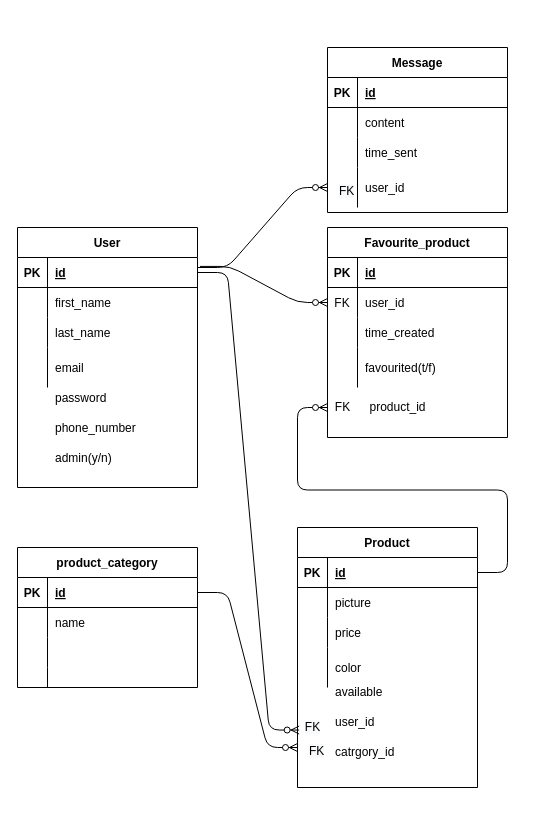
This is db/Untitled Diagram.drawio from alisonhussey/Listing-Website, a draw.io file, before an edit. Source tidied: cells renumbered, new cells numbered last; positions are measured from the earlier drawing's top-left corner, leaving out a move shared by most shapes. Both pictures are drawn from the tidied source at 100%, with x=0, y=0 at pixel (17, 47).
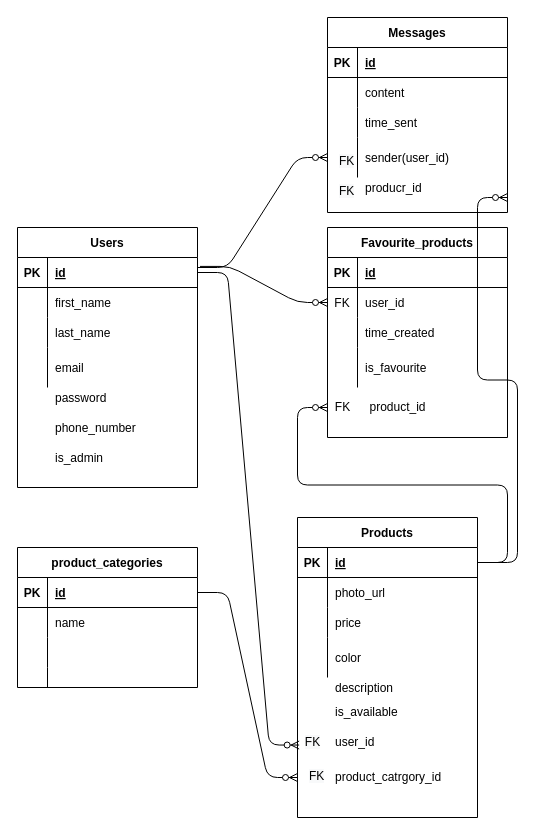
The same page after the edit.

Unchanged cells that the change refers to:
```xml
<mxCell id="28" style="shape=partialRectangle;fillColor=none;top=0;left=0;bottom=0;right=0;" parent="18" vertex="1">
  <mxGeometry y="120" width="180" height="40" as="geometry" />
</mxCell>
<mxCell id="35" style="shape=partialRectangle;fillColor=none;top=0;left=0;bottom=0;right=0;" parent="31" vertex="1">
  <mxGeometry y="60" width="180" height="30" as="geometry" />
</mxCell>
<mxCell id="54" style="shape=partialRectangle;fillColor=none;top=0;left=0;bottom=0;right=0;points=[[0,0.5],[1,0.5]];portConstraint=eastwest;" parent="44" vertex="1">
  <mxGeometry y="120" width="180" height="40" as="geometry" />
</mxCell>
<mxCell id="58" style="shape=partialRectangle;fillColor=none;top=0;left=0;bottom=1;right=0;points=[[0,0.5],[1,0.5]];portConstraint=eastwest;" parent="57" vertex="1">
  <mxGeometry y="30" width="180" height="30" as="geometry" />
</mxCell>
```

The edit, as a diff of the source:
```diff
@@
-    <mxCell id="2" value="User" style="shape=table;startSize=30;childLayout=tableLayout;rowLines=0;fontStyle=1;align=center;" parent="1" vertex="1">
+    <mxCell id="2" value="Users" style="shape=table;startSize=30;childLayout=tableLayout;rowLines=0;fontStyle=1;align=center;" parent="1" vertex="1">
       <mxGeometry y="180" width="180" height="260" as="geometry" />
     </mxCell>
@@
-    <mxCell id="17" value="admin(y/n)" style="shape=partialRectangle;fillColor=none;top=0;left=0;bottom=0;right=0;align=left;spacingLeft=6;overflow=hidden;" parent="1" vertex="1">
+    <mxCell id="17" value="is_admin" style="shape=partialRectangle;fillColor=none;top=0;left=0;bottom=0;right=0;align=left;spacingLeft=6;overflow=hidden;" parent="1" vertex="1">
       <mxGeometry x="30" y="390" width="150" height="40" as="geometry" />
     </mxCell>
-    <mxCell id="18" value="Favourite_product" style="shape=table;startSize=30;childLayout=tableLayout;rowLines=0;fontStyle=1;align=center;" parent="1" vertex="1">
+    <mxCell id="18" value="Favourite_products" style="shape=table;startSize=30;childLayout=tableLayout;rowLines=0;fontStyle=1;align=center;" parent="1" vertex="1">
       <mxGeometry x="310" y="180" width="180" height="210" as="geometry" />
     </mxCell>
@@
-    <mxCell id="30" value="favourited(t/f)" style="shape=partialRectangle;fillColor=none;top=0;left=0;bottom=0;right=0;align=left;spacingLeft=6;overflow=hidden;" parent="28" vertex="1">
+    <mxCell id="30" value="is_favourite" style="shape=partialRectangle;fillColor=none;top=0;left=0;bottom=0;right=0;align=left;spacingLeft=6;overflow=hidden;" parent="28" vertex="1">
       <mxGeometry x="30" width="150" height="40" as="geometry" />
     </mxCell>
-    <mxCell id="31" value="Product" style="shape=table;startSize=30;childLayout=tableLayout;rowLines=0;fontStyle=1;align=center;" parent="1" vertex="1">
-      <mxGeometry x="280" y="480" width="180" height="260" as="geometry" />
+    <mxCell id="31" value="Products" style="shape=table;startSize=30;childLayout=tableLayout;rowLines=0;fontStyle=1;align=center;" parent="1" vertex="1">
+      <mxGeometry x="280" y="470" width="180" height="300" as="geometry" />
     </mxCell>
@@
-    <mxCell id="37" value="picture" style="shape=partialRectangle;fillColor=none;top=0;left=0;bottom=0;right=0;align=left;spacingLeft=6;overflow=hidden;" parent="35" vertex="1">
+    <mxCell id="37" value="photo_url" style="shape=partialRectangle;fillColor=none;top=0;left=0;bottom=0;right=0;align=left;spacingLeft=6;overflow=hidden;" parent="35" vertex="1">
       <mxGeometry x="30" width="150" height="30" as="geometry" />
     </mxCell>
@@
-    <mxCell id="44" value="Message" style="shape=table;startSize=30;childLayout=tableLayout;rowLines=0;fontStyle=1;align=center;" parent="1" vertex="1">
-      <mxGeometry x="310" width="180" height="165" as="geometry" />
+    <mxCell id="44" value="Messages" style="shape=table;startSize=30;childLayout=tableLayout;rowLines=0;fontStyle=1;align=center;" parent="1" vertex="1">
+      <mxGeometry x="310" y="-30" width="180" height="195" as="geometry" />
     </mxCell>
@@
-    <mxCell id="56" value="user_id" style="shape=partialRectangle;fillColor=none;top=0;left=0;bottom=0;right=0;align=left;spacingLeft=6;overflow=hidden;" parent="54" vertex="1">
+    <mxCell id="56" value="sender(user_id)" style="shape=partialRectangle;fillColor=none;top=0;left=0;bottom=0;right=0;align=left;spacingLeft=6;overflow=hidden;" parent="54" vertex="1">
       <mxGeometry x="30" width="150" height="40" as="geometry" />
     </mxCell>
-    <mxCell id="57" value="product_category" style="shape=table;startSize=30;childLayout=tableLayout;rowLines=0;fontStyle=1;align=center;" parent="1" vertex="1">
+    <mxCell id="57" value="product_categories" style="shape=table;startSize=30;childLayout=tableLayout;rowLines=0;fontStyle=1;align=center;" parent="1" vertex="1">
       <mxGeometry y="500" width="180" height="140" as="geometry" />
     </mxCell>
@@
-    <mxCell id="74" value="available" style="shape=partialRectangle;html=1;whiteSpace=wrap;fillColor=none;top=0;left=0;bottom=0;right=0;align=left;spacingLeft=6;overflow=hidden;" parent="1" vertex="1">
-      <mxGeometry x="310" y="630" width="140" height="30" as="geometry" />
+    <mxCell id="74" value="is_available" style="shape=partialRectangle;html=1;whiteSpace=wrap;fillColor=none;top=0;left=0;bottom=0;right=0;align=left;spacingLeft=6;overflow=hidden;" parent="1" vertex="1">
+      <mxGeometry x="310" y="650" width="140" height="30" as="geometry" />
     </mxCell>
     <mxCell id="75" value="user_id" style="shape=partialRectangle;html=1;whiteSpace=wrap;fillColor=none;top=0;left=0;bottom=0;right=0;align=left;spacingLeft=6;overflow=hidden;" parent="1" vertex="1">
-      <mxGeometry x="310" y="660" width="140" height="30" as="geometry" />
+      <mxGeometry x="310" y="680" width="140" height="30" as="geometry" />
     </mxCell>
-    <mxCell id="76" value="catrgory_id" style="shape=partialRectangle;html=1;whiteSpace=wrap;fillColor=none;top=0;left=0;bottom=0;right=0;align=left;spacingLeft=6;overflow=hidden;" parent="1" vertex="1">
-      <mxGeometry x="310" y="690" width="140" height="30" as="geometry" />
+    <mxCell id="76" value="product_catrgory_id" style="shape=partialRectangle;html=1;whiteSpace=wrap;fillColor=none;top=0;left=0;bottom=0;right=0;align=left;spacingLeft=6;overflow=hidden;" parent="1" vertex="1">
+      <mxGeometry x="310" y="715" width="140" height="30" as="geometry" />
     </mxCell>
     <mxCell id="77" value="&lt;span style=&quot;color: rgb(0, 0, 0); font-family: helvetica; font-size: 12px; font-style: normal; font-weight: 400; letter-spacing: normal; text-align: center; text-indent: 0px; text-transform: none; word-spacing: 0px; background-color: rgb(248, 249, 250); display: inline; float: none;&quot;&gt;FK&lt;/span&gt;" style="text;html=1;align=center;verticalAlign=middle;points=[];" parent="1" vertex="1">
-      <mxGeometry x="280" y="670" width="30" height="20" as="geometry" />
+      <mxGeometry x="280" y="685" width="30" height="20" as="geometry" />
     </mxCell>
     <mxCell id="78" value="&lt;span style=&quot;color: rgb(0, 0, 0); font-family: helvetica; font-size: 12px; font-style: normal; font-weight: 400; letter-spacing: normal; text-align: center; text-indent: 0px; text-transform: none; word-spacing: 0px; background-color: rgb(248, 249, 250); display: inline; float: none;&quot;&gt;FK&lt;/span&gt;" style="text;whiteSpace=wrap;html=1;" parent="1" vertex="1">
-      <mxGeometry x="290" y="690" width="40" height="30" as="geometry" />
+      <mxGeometry x="290" y="715" width="40" height="30" as="geometry" />
     </mxCell>
     <mxCell id="79" style="edgeStyle=entityRelationEdgeStyle;fontSize=12;html=1;endArrow=ERzeroToMany;endFill=1;exitX=1;exitY=0.5;exitDx=0;exitDy=0;" parent="1" edge="1" source="58">
       <mxGeometry relative="1" as="geometry">
-        <mxPoint x="280" y="700" as="targetPoint" />
+        <mxPoint x="280" y="730" as="targetPoint" />
       </mxGeometry>
     </mxCell>
@@
     <mxCell id="82" value="&lt;span style=&quot;color: rgb(0, 0, 0); font-family: helvetica; font-size: 12px; font-style: normal; font-weight: 400; letter-spacing: normal; text-align: center; text-indent: 0px; text-transform: none; word-spacing: 0px; background-color: rgb(248, 249, 250); display: inline; float: none;&quot;&gt;FK&lt;/span&gt;" style="text;whiteSpace=wrap;html=1;" parent="1" vertex="1">
-      <mxGeometry x="320" y="130" width="40" height="30" as="geometry" />
+      <mxGeometry x="320" y="100" width="40" height="30" as="geometry" />
     </mxCell>
+    <mxCell id="83" value="&lt;span style=&quot;color: rgb(0, 0, 0); font-family: helvetica; font-size: 12px; font-style: normal; font-weight: 400; letter-spacing: normal; text-align: center; text-indent: 0px; text-transform: none; word-spacing: 0px; background-color: rgb(248, 249, 250); display: inline; float: none;&quot;&gt;FK&lt;/span&gt;" style="text;whiteSpace=wrap;html=1;" parent="1" vertex="1">
+      <mxGeometry x="320" y="130" width="40" height="30" as="geometry" />
+    </mxCell>
+    <mxCell id="84" value="producr_id" style="shape=partialRectangle;fillColor=none;top=0;left=0;bottom=0;right=0;align=left;spacingLeft=6;overflow=hidden;" parent="1" vertex="1">
+      <mxGeometry x="340" y="120" width="150" height="40" as="geometry" />
+    </mxCell>
+    <mxCell id="85" style="edgeStyle=entityRelationEdgeStyle;fontSize=12;html=1;endArrow=ERzeroToMany;endFill=1;" parent="1" edge="1">
+      <mxGeometry relative="1" as="geometry">
+        <mxPoint x="470" y="515" as="sourcePoint" />
+        <mxPoint x="490" y="150" as="targetPoint" />
+      </mxGeometry>
+    </mxCell>
+    <mxCell id="86" value="description" style="shape=partialRectangle;fillColor=none;top=0;left=0;bottom=0;right=0;align=left;spacingLeft=6;overflow=hidden;" parent="1" vertex="1">
+      <mxGeometry x="310" y="620" width="150" height="40" as="geometry" />
+    </mxCell>
```
